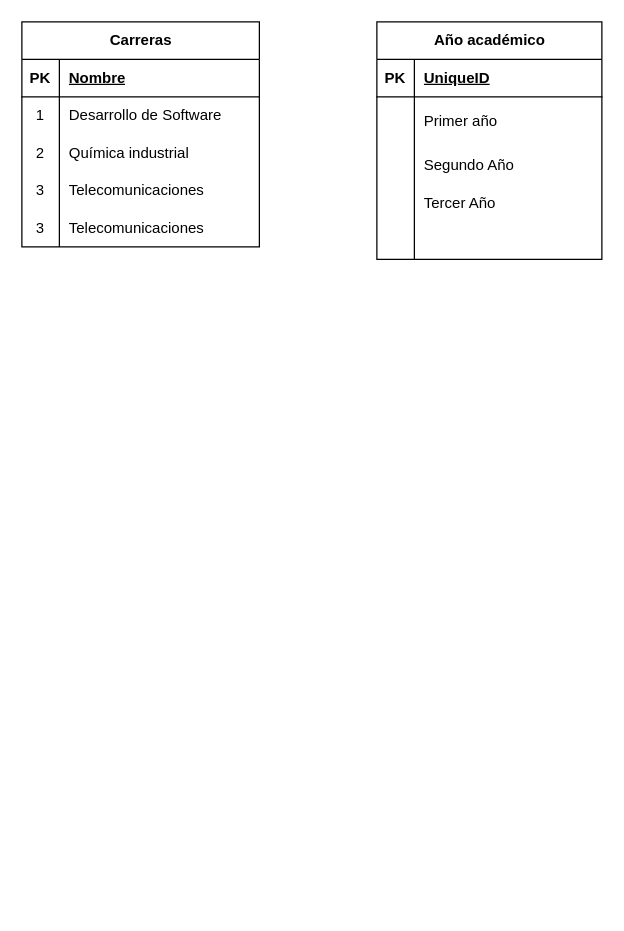
This is Untitled Diagram.drawio from Jolsman01/BasededatosIFODA, a draw.io file, before an edit. Source tidied: cells renumbered, new cells numbered last; positions are measured from the earlier drawing's top-left corner, leaving out a move shared by most shapes. Both pictures are drawn from the tidied source at 125%, with x=0, y=0 at pixel (21, 21).
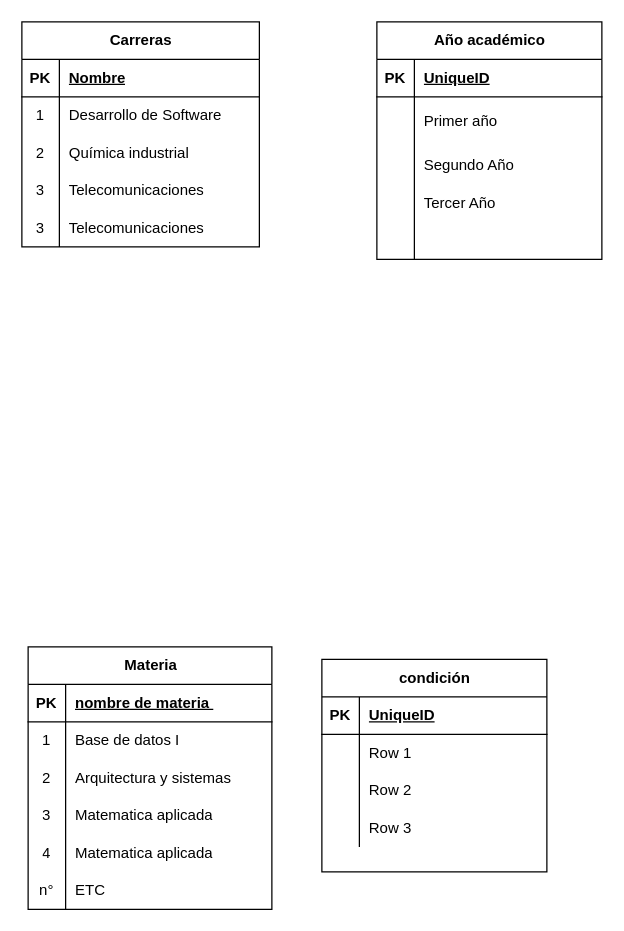
The same diagram, later.

The edit, as a diff of the source:
```diff
@@
+    <mxCell id="34" value="Materia" style="shape=table;startSize=30;childLayout=tableLayout;rowLines=0;fontStyle=1;align=center;html=1;" parent="1" vertex="1">
+      <mxGeometry x="5" y="500" width="195" height="210" as="geometry" />
+    </mxCell>
+    <mxCell id="35" style="shape=tableRow;horizontal=0;startSize=0;swimlaneHead=0;swimlaneBody=0;fillColor=none;top=0;left=0;right=0;bottom=1;" parent="34" vertex="1">
+      <mxGeometry y="30" width="195" height="30" as="geometry" />
+    </mxCell>
+    <mxCell id="36" value="PK" style="shape=partialRectangle;fillColor=none;top=0;left=0;bottom=0;right=0;fontStyle=1;overflow=hidden;whiteSpace=wrap;html=1;" parent="35" vertex="1">
+      <mxGeometry width="30" height="30" as="geometry" />
+    </mxCell>
+    <mxCell id="37" value="nombre de materia&amp;nbsp;" style="shape=partialRectangle;fillColor=none;top=0;left=0;bottom=0;right=0;align=left;spacingLeft=6;fontStyle=5;overflow=hidden;whiteSpace=wrap;html=1;" parent="35" vertex="1">
+      <mxGeometry x="30" width="165" height="30" as="geometry" />
+    </mxCell>
+    <mxCell id="38" style="shape=tableRow;horizontal=0;startSize=0;swimlaneHead=0;swimlaneBody=0;fillColor=none;top=0;left=0;right=0;bottom=0;" parent="34" vertex="1">
+      <mxGeometry y="60" width="195" height="30" as="geometry" />
+    </mxCell>
+    <mxCell id="39" value="1" style="shape=partialRectangle;fillColor=none;top=0;left=0;bottom=0;right=0;overflow=hidden;whiteSpace=wrap;html=1;" parent="38" vertex="1">
+      <mxGeometry width="30" height="30" as="geometry" />
+    </mxCell>
+    <mxCell id="40" value="Base de datos I" style="shape=partialRectangle;fillColor=none;top=0;left=0;bottom=0;right=0;align=left;spacingLeft=6;overflow=hidden;whiteSpace=wrap;html=1;" parent="38" vertex="1">
+      <mxGeometry x="30" width="165" height="30" as="geometry" />
+    </mxCell>
+    <mxCell id="41" style="shape=tableRow;horizontal=0;startSize=0;swimlaneHead=0;swimlaneBody=0;fillColor=none;top=0;left=0;right=0;bottom=0;" parent="34" vertex="1">
+      <mxGeometry y="90" width="195" height="30" as="geometry" />
+    </mxCell>
+    <mxCell id="42" value="2" style="shape=partialRectangle;fillColor=none;top=0;left=0;bottom=0;right=0;overflow=hidden;whiteSpace=wrap;html=1;" parent="41" vertex="1">
+      <mxGeometry width="30" height="30" as="geometry" />
+    </mxCell>
+    <mxCell id="43" value="Arquitectura y sistemas" style="shape=partialRectangle;fillColor=none;top=0;left=0;bottom=0;right=0;align=left;spacingLeft=6;overflow=hidden;whiteSpace=wrap;html=1;" parent="41" vertex="1">
+      <mxGeometry x="30" width="165" height="30" as="geometry" />
+    </mxCell>
+    <mxCell id="44" style="shape=tableRow;horizontal=0;startSize=0;swimlaneHead=0;swimlaneBody=0;fillColor=none;top=0;left=0;right=0;bottom=0;" parent="34" vertex="1">
+      <mxGeometry y="120" width="195" height="30" as="geometry" />
+    </mxCell>
+    <mxCell id="45" value="3" style="shape=partialRectangle;fillColor=none;top=0;left=0;bottom=0;right=0;overflow=hidden;whiteSpace=wrap;html=1;" parent="44" vertex="1">
+      <mxGeometry width="30" height="30" as="geometry" />
+    </mxCell>
+    <mxCell id="46" value="Matematica aplicada" style="shape=partialRectangle;fillColor=none;top=0;left=0;bottom=0;right=0;align=left;spacingLeft=6;overflow=hidden;whiteSpace=wrap;html=1;" parent="44" vertex="1">
+      <mxGeometry x="30" width="165" height="30" as="geometry" />
+    </mxCell>
+    <mxCell id="47" style="shape=tableRow;horizontal=0;startSize=0;swimlaneHead=0;swimlaneBody=0;fillColor=none;top=0;left=0;right=0;bottom=0;" parent="34" vertex="1">
+      <mxGeometry y="150" width="195" height="30" as="geometry" />
+    </mxCell>
+    <mxCell id="48" value="4" style="shape=partialRectangle;fillColor=none;top=0;left=0;bottom=0;right=0;overflow=hidden;whiteSpace=wrap;html=1;" parent="47" vertex="1">
+      <mxGeometry width="30" height="30" as="geometry" />
+    </mxCell>
+    <mxCell id="49" value="Matematica aplicada" style="shape=partialRectangle;fillColor=none;top=0;left=0;bottom=0;right=0;align=left;spacingLeft=6;overflow=hidden;whiteSpace=wrap;html=1;" parent="47" vertex="1">
+      <mxGeometry x="30" width="165" height="30" as="geometry" />
+    </mxCell>
+    <mxCell id="50" style="shape=tableRow;horizontal=0;startSize=0;swimlaneHead=0;swimlaneBody=0;fillColor=none;top=0;left=0;right=0;bottom=0;" parent="34" vertex="1">
+      <mxGeometry y="180" width="195" height="30" as="geometry" />
+    </mxCell>
+    <mxCell id="51" value="n°" style="shape=partialRectangle;fillColor=none;top=0;left=0;bottom=0;right=0;overflow=hidden;whiteSpace=wrap;html=1;" parent="50" vertex="1">
+      <mxGeometry width="30" height="30" as="geometry" />
+    </mxCell>
+    <mxCell id="52" value="ETC" style="shape=partialRectangle;fillColor=none;top=0;left=0;bottom=0;right=0;align=left;spacingLeft=6;overflow=hidden;whiteSpace=wrap;html=1;" parent="50" vertex="1">
+      <mxGeometry x="30" width="165" height="30" as="geometry" />
+    </mxCell>
@@
+    <mxCell id="53" value="condición" style="shape=table;startSize=30;childLayout=tableLayout;rowLines=0;fontStyle=1;align=center;html=1;" parent="1" vertex="1">
+      <mxGeometry x="240" y="510" width="180" height="170" as="geometry" />
+    </mxCell>
+    <mxCell id="54" style="shape=tableRow;horizontal=0;startSize=0;swimlaneHead=0;swimlaneBody=0;fillColor=none;top=0;left=0;right=0;bottom=1;" parent="53" vertex="1">
+      <mxGeometry y="30" width="180" height="30" as="geometry" />
+    </mxCell>
+    <mxCell id="55" value="PK" style="shape=partialRectangle;fillColor=none;top=0;left=0;bottom=0;right=0;fontStyle=1;overflow=hidden;whiteSpace=wrap;html=1;" parent="54" vertex="1">
+      <mxGeometry width="30" height="30" as="geometry" />
+    </mxCell>
+    <mxCell id="56" value="UniqueID" style="shape=partialRectangle;fillColor=none;top=0;left=0;bottom=0;right=0;align=left;spacingLeft=6;fontStyle=5;overflow=hidden;whiteSpace=wrap;html=1;" parent="54" vertex="1">
+      <mxGeometry x="30" width="150" height="30" as="geometry" />
+    </mxCell>
+    <mxCell id="57" style="shape=tableRow;horizontal=0;startSize=0;swimlaneHead=0;swimlaneBody=0;fillColor=none;top=0;left=0;right=0;bottom=0;" parent="53" vertex="1">
+      <mxGeometry y="60" width="180" height="30" as="geometry" />
+    </mxCell>
+    <mxCell id="58" style="shape=partialRectangle;fillColor=none;top=0;left=0;bottom=0;right=0;overflow=hidden;whiteSpace=wrap;html=1;" parent="57" vertex="1">
+      <mxGeometry width="30" height="30" as="geometry" />
+    </mxCell>
+    <mxCell id="59" value="Row 1" style="shape=partialRectangle;fillColor=none;top=0;left=0;bottom=0;right=0;align=left;spacingLeft=6;overflow=hidden;whiteSpace=wrap;html=1;" parent="57" vertex="1">
+      <mxGeometry x="30" width="150" height="30" as="geometry" />
+    </mxCell>
+    <mxCell id="60" style="shape=tableRow;horizontal=0;startSize=0;swimlaneHead=0;swimlaneBody=0;fillColor=none;top=0;left=0;right=0;bottom=0;" parent="53" vertex="1">
+      <mxGeometry y="90" width="180" height="30" as="geometry" />
+    </mxCell>
+    <mxCell id="61" style="shape=partialRectangle;fillColor=none;top=0;left=0;bottom=0;right=0;overflow=hidden;whiteSpace=wrap;html=1;" parent="60" vertex="1">
+      <mxGeometry width="30" height="30" as="geometry" />
+    </mxCell>
+    <mxCell id="62" value="Row 2" style="shape=partialRectangle;fillColor=none;top=0;left=0;bottom=0;right=0;align=left;spacingLeft=6;overflow=hidden;whiteSpace=wrap;html=1;" parent="60" vertex="1">
+      <mxGeometry x="30" width="150" height="30" as="geometry" />
+    </mxCell>
+    <mxCell id="63" style="shape=tableRow;horizontal=0;startSize=0;swimlaneHead=0;swimlaneBody=0;fillColor=none;top=0;left=0;right=0;bottom=0;" parent="53" vertex="1">
+      <mxGeometry y="120" width="180" height="30" as="geometry" />
+    </mxCell>
+    <mxCell id="64" style="shape=partialRectangle;fillColor=none;top=0;left=0;bottom=0;right=0;overflow=hidden;whiteSpace=wrap;html=1;" parent="63" vertex="1">
+      <mxGeometry width="30" height="30" as="geometry" />
+    </mxCell>
+    <mxCell id="65" value="Row 3" style="shape=partialRectangle;fillColor=none;top=0;left=0;bottom=0;right=0;align=left;spacingLeft=6;overflow=hidden;whiteSpace=wrap;html=1;" parent="63" vertex="1">
+      <mxGeometry x="30" width="150" height="30" as="geometry" />
+    </mxCell>
```
